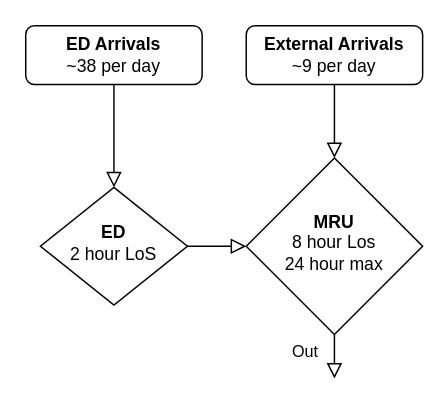
This is MRU Model.drawio from Emily-OBrien-NHS/MRU_bed_model, a draw.io file, before an edit. Source tidied: cells renumbered, new cells numbered last; positions are measured from the earlier drawing's top-left corner, leaving out a move shared by most shapes. Both pictures are drawn from the tidied source at 147%, with x=0, y=0 at pixel (25, 25).
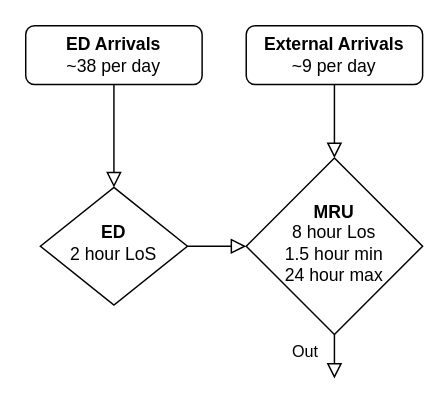
Above is the later version.

Commit message (it also covers changes not shown here):
Added minimum length of stay and bed turn around.  Also changed how outputted arrivals are calculated

Diff of the diagram source:
```diff
@@
 <mxGraphModel>
   <root>
     <mxCell id="0" />
     <mxCell id="1" parent="0" />
     <mxCell id="2" style="rounded=0;html=1;jettySize=auto;fontSize=11;endArrow=block;endFill=0;endSize=8;strokeWidth=1;shadow=0;labelBackgroundColor=none;edgeStyle=orthogonalEdgeStyle;" parent="1" edge="1" source="3" target="5">
       <mxGeometry relative="1" as="geometry" />
     </mxCell>
     <mxCell id="3" value="&lt;b&gt;External Arrivals&lt;/b&gt;&lt;div&gt;~9 per day&lt;/div&gt;" style="rounded=1;whiteSpace=wrap;html=1;fontSize=12;glass=0;strokeWidth=1;shadow=0;" parent="1" vertex="1">
       <mxGeometry x="150" width="120" height="40" as="geometry" />
     </mxCell>
     <mxCell id="4" value="Out" style="rounded=0;html=1;jettySize=auto;fontSize=11;endArrow=block;endFill=0;endSize=8;strokeWidth=1;shadow=0;labelBackgroundColor=none;edgeStyle=orthogonalEdgeStyle;" parent="1" edge="1" source="5">
       <mxGeometry x="-0.21" y="-20" relative="1" as="geometry">
         <mxPoint x="210" y="240" as="targetPoint" />
       </mxGeometry>
     </mxCell>
-    <mxCell id="5" value="&lt;b&gt;MRU&lt;/b&gt;&lt;div&gt;8 hour Los&lt;/div&gt;&lt;div&gt;24 hour max&lt;/div&gt;" style="rhombus;whiteSpace=wrap;html=1;shadow=0;fontFamily=Helvetica;fontSize=12;align=center;strokeWidth=1;spacing=6;spacingTop=-4;" parent="1" vertex="1">
+    <mxCell id="5" value="&lt;b&gt;MRU&lt;/b&gt;&lt;div&gt;8 hour Los&lt;/div&gt;&lt;div&gt;1.5 hour min&lt;/div&gt;&lt;div&gt;24 hour max&lt;/div&gt;" style="rhombus;whiteSpace=wrap;html=1;shadow=0;fontFamily=Helvetica;fontSize=12;align=center;strokeWidth=1;spacing=6;spacingTop=-4;" parent="1" vertex="1">
       <mxGeometry x="150" y="90" width="120" height="120" as="geometry" />
     </mxCell>
     <mxCell id="6" value="&lt;b&gt;ED Arrivals&lt;/b&gt;&lt;div&gt;~38 per day&lt;/div&gt;" style="rounded=1;whiteSpace=wrap;html=1;fontSize=12;glass=0;strokeWidth=1;shadow=0;" parent="1" vertex="1">
       <mxGeometry width="120" height="40" as="geometry" />
     </mxCell>
     <mxCell id="7" value="&lt;b&gt;ED&lt;/b&gt;&lt;div&gt;2 hour LoS&lt;/div&gt;" style="rhombus;whiteSpace=wrap;html=1;shadow=0;fontFamily=Helvetica;fontSize=12;align=center;strokeWidth=1;spacing=6;spacingTop=-4;" parent="1" vertex="1">
       <mxGeometry x="10" y="110" width="100" height="80" as="geometry" />
     </mxCell>
     <mxCell id="8" style="rounded=0;html=1;jettySize=auto;fontSize=11;endArrow=block;endFill=0;endSize=8;strokeWidth=1;shadow=0;labelBackgroundColor=none;edgeStyle=orthogonalEdgeStyle;exitX=0.5;exitY=1;exitDx=0;exitDy=0;entryX=0.5;entryY=0;entryDx=0;entryDy=0;" parent="1" edge="1" source="6" target="7">
       <mxGeometry relative="1" as="geometry">
         <Array as="points">
           <mxPoint x="60" y="60" />
           <mxPoint x="60" y="60" />
         </Array>
       </mxGeometry>
     </mxCell>
     <mxCell id="9" style="rounded=0;html=1;jettySize=auto;fontSize=11;endArrow=block;endFill=0;endSize=8;strokeWidth=1;shadow=0;labelBackgroundColor=none;edgeStyle=orthogonalEdgeStyle;exitX=1;exitY=0.5;exitDx=0;exitDy=0;" parent="1" edge="1" source="7">
       <mxGeometry relative="1" as="geometry">
         <mxPoint x="150" y="150" as="targetPoint" />
         <Array as="points">
           <mxPoint x="120" y="150" />
           <mxPoint x="120" y="150" />
         </Array>
       </mxGeometry>
     </mxCell>
   </root>
 </mxGraphModel>
```
